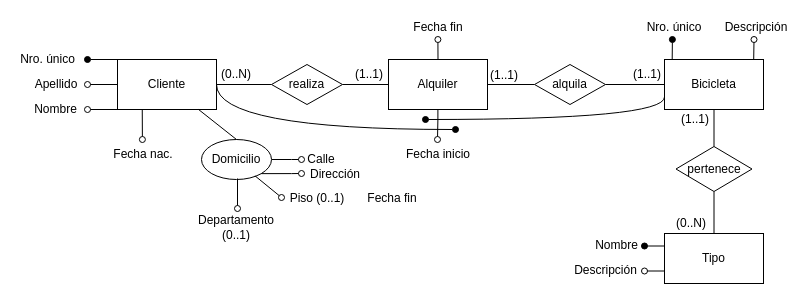
Earlier version of the draw.io diagram page "Ejercicio 7" (7 of 9) of Práctica 1/Diagramas.drawio (joakospinelli/DBD). Source tidied: cells renumbered, new cells numbered last; positions are measured from the earlier drawing's top-left corner, leaving out a move shared by most shapes. Both pictures are drawn from the tidied source at 100%, with x=0, y=0 at pixel (17, 17).
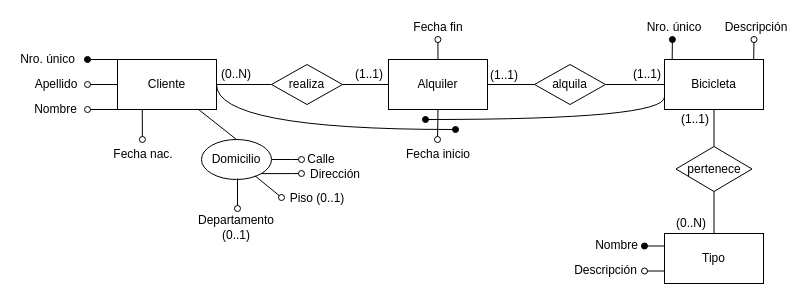
Above is the later version.

What changed in the source:
```diff
@@
-    <mxCell id="50" value="Fecha fin" style="text;html=1;strokeColor=none;fillColor=none;align=center;verticalAlign=middle;whiteSpace=wrap;rounded=0;" parent="1" vertex="1">
-      <mxGeometry x="340" y="171" width="70" height="20" as="geometry" />
-    </mxCell>
```
